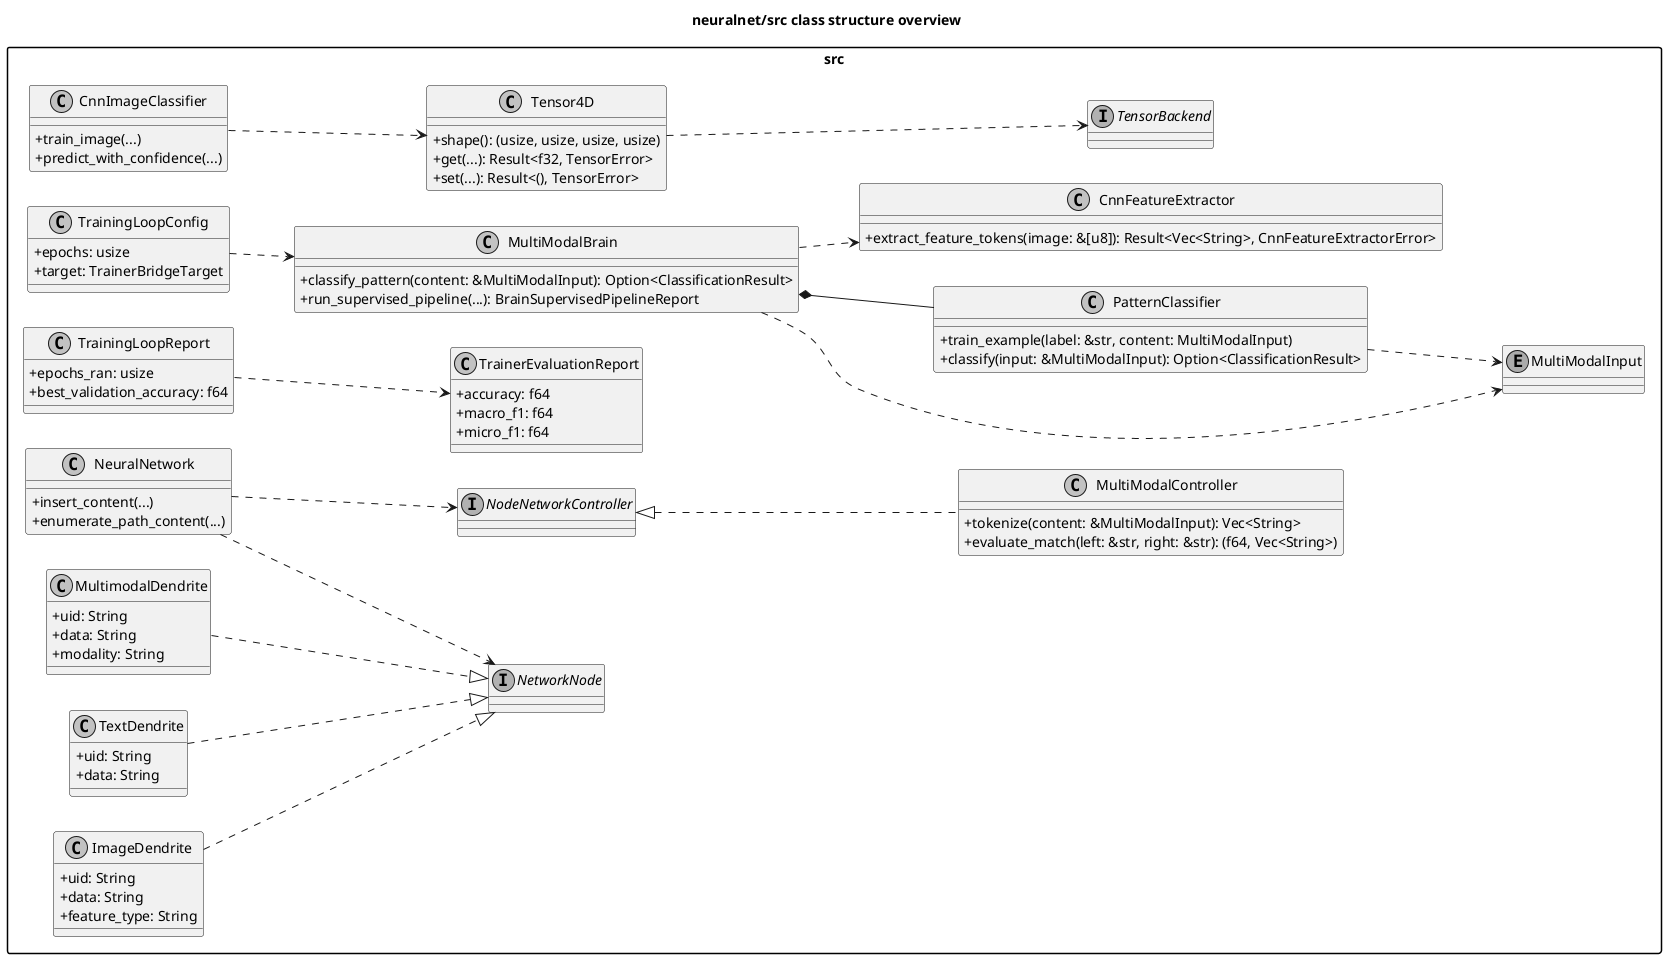
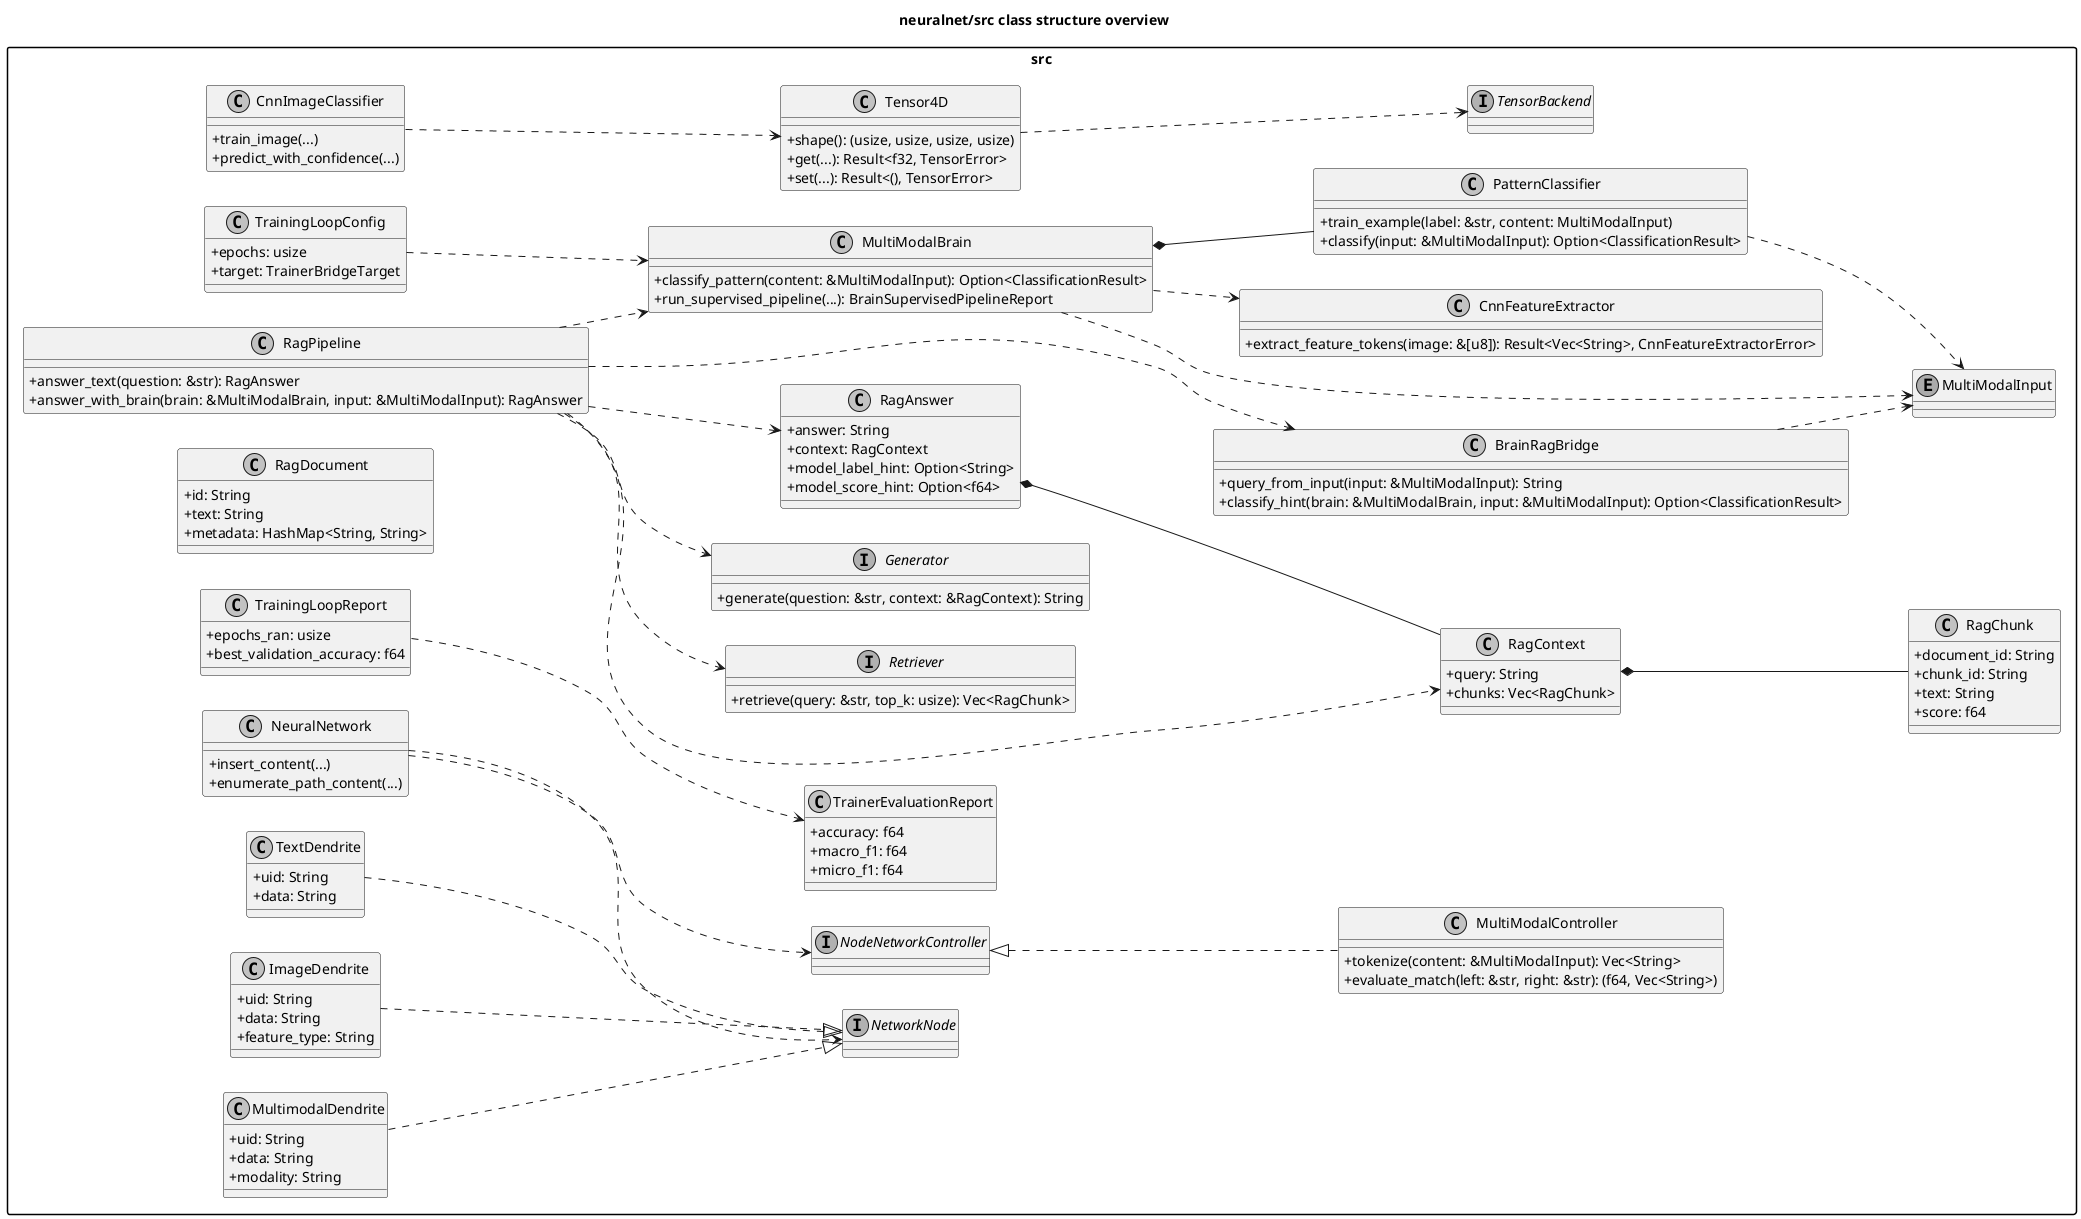
@startuml
left to right direction
skinparam packageStyle rectangle
skinparam shadowing false
skinparam monochrome true
skinparam classAttributeIconSize 0

title neuralnet/src class structure overview

package "src" {
  class MultiModalBrain {
    + classify_pattern(content: &MultiModalInput): Option<ClassificationResult>
    + run_supervised_pipeline(...): BrainSupervisedPipelineReport
  }

  class NeuralNetwork {
    + insert_content(...)
    + enumerate_path_content(...)
  }

  interface NetworkNode
  interface NodeNetworkController

  class CnnImageClassifier {
    + train_image(...)
    + predict_with_confidence(...)
  }

  class CnnFeatureExtractor {
    + extract_feature_tokens(image: &[u8]): Result<Vec<String>, CnnFeatureExtractorError>
  }

  class PatternClassifier {
    + train_example(label: &str, content: MultiModalInput)
    + classify(input: &MultiModalInput): Option<ClassificationResult>
+   }
+ 
+   class RagPipeline {
+     + answer_text(question: &str): RagAnswer
+     + answer_with_brain(brain: &MultiModalBrain, input: &MultiModalInput): RagAnswer
+   }
+ 
+   interface Retriever {
+     + retrieve(query: &str, top_k: usize): Vec<RagChunk>
+   }
+ 
+   interface Generator {
+     + generate(question: &str, context: &RagContext): String
+   }
+ 
+   class BrainRagBridge {
+     + query_from_input(input: &MultiModalInput): String
+     + classify_hint(brain: &MultiModalBrain, input: &MultiModalInput): Option<ClassificationResult>
+   }
+ 
+   class RagDocument {
+     + id: String
+     + text: String
+     + metadata: HashMap<String, String>
+   }
+ 
+   class RagChunk {
+     + document_id: String
+     + chunk_id: String
+     + text: String
+     + score: f64
+   }
+ 
+   class RagContext {
+     + query: String
+     + chunks: Vec<RagChunk>
+   }
+ 
+   class RagAnswer {
+     + answer: String
+     + context: RagContext
+     + model_label_hint: Option<String>
+     + model_score_hint: Option<f64>
  }

  class MultiModalController {
    + tokenize(content: &MultiModalInput): Vec<String>
    + evaluate_match(left: &str, right: &str): (f64, Vec<String>)
  }

  enum MultiModalInput

  class Tensor4D {
    + shape(): (usize, usize, usize, usize)
    + get(...): Result<f32, TensorError>
    + set(...): Result<(), TensorError>
  }

  interface TensorBackend

  class TrainingLoopConfig {
    + epochs: usize
    + target: TrainerBridgeTarget
  }

  class TrainingLoopReport {
    + epochs_ran: usize
    + best_validation_accuracy: f64
  }

  class TrainerEvaluationReport {
    + accuracy: f64
    + macro_f1: f64
    + micro_f1: f64
  }

  class TextDendrite {
    + uid: String
    + data: String
  }

  class ImageDendrite {
    + uid: String
    + data: String
    + feature_type: String
  }

  class MultimodalDendrite {
    + uid: String
    + data: String
    + modality: String
  }
}

NodeNetworkController <|.. MultiModalController
PatternClassifier ..> MultiModalInput
MultiModalBrain *-- PatternClassifier
MultiModalBrain ..> CnnFeatureExtractor
MultiModalBrain ..> MultiModalInput

+ RagPipeline ..> Retriever
+ RagPipeline ..> Generator
+ RagPipeline ..> RagContext
+ RagPipeline ..> RagAnswer
+ RagPipeline ..> BrainRagBridge
+ RagPipeline ..> MultiModalBrain
+ BrainRagBridge ..> MultiModalInput
+ RagContext *-- RagChunk
+ RagAnswer *-- RagContext
+ 
Tensor4D ..> TensorBackend

NeuralNetwork ..> NetworkNode
NeuralNetwork ..> NodeNetworkController
MultimodalDendrite ..|> NetworkNode
TextDendrite ..|> NetworkNode
ImageDendrite ..|> NetworkNode

CnnImageClassifier ..> Tensor4D
TrainingLoopReport ..> TrainerEvaluationReport
TrainingLoopConfig ..> MultiModalBrain
@enduml